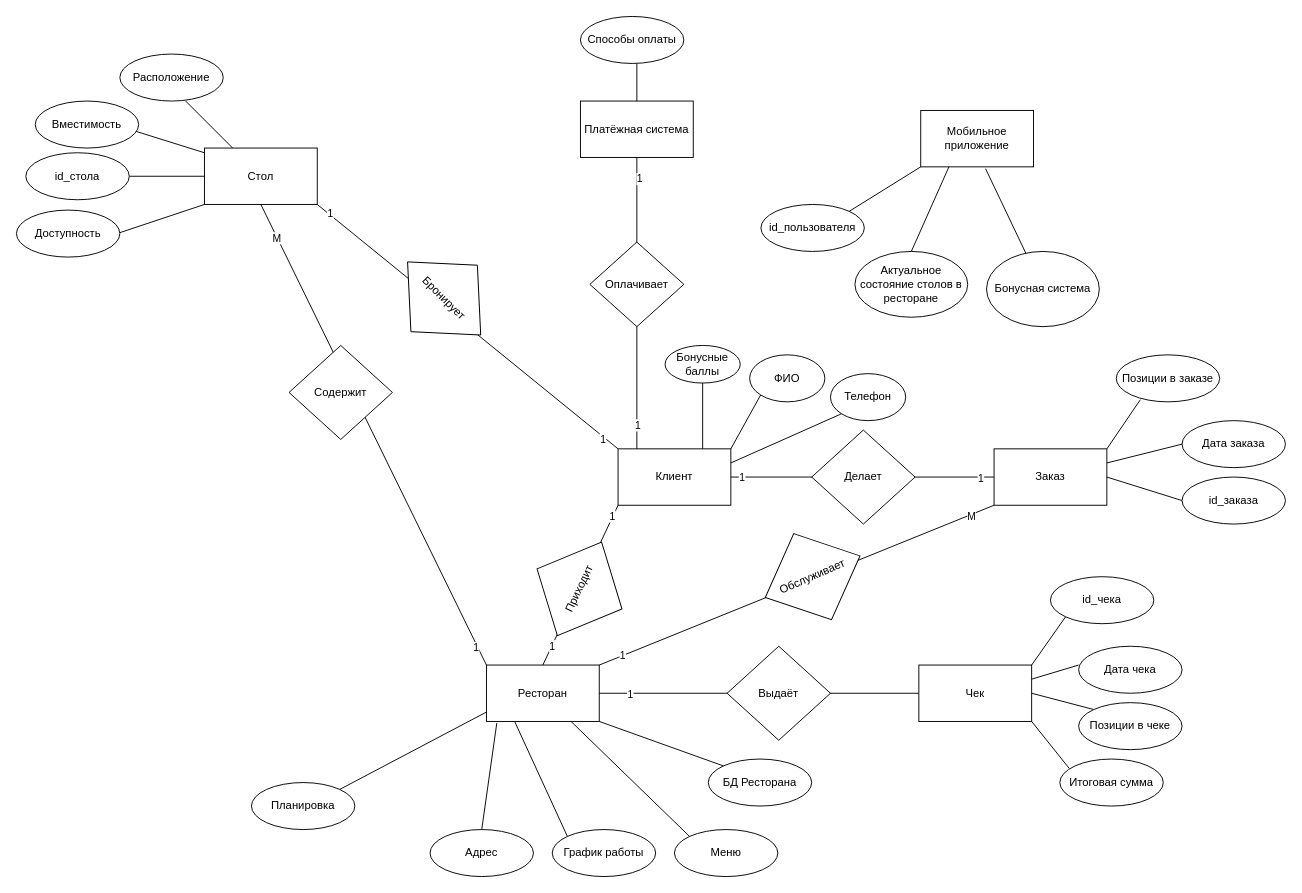
Crecker24/kursach keeps this draw.io diagram as Концептуальная диаграмма.drawio. Above is the earlier version. Source tidied: cells renumbered, new cells numbered last; positions are measured from the earlier drawing's top-left corner, leaving out a move shared by most shapes. Both pictures are drawn from the tidied source at 94%, with x=0, y=0 at pixel (16, 16).
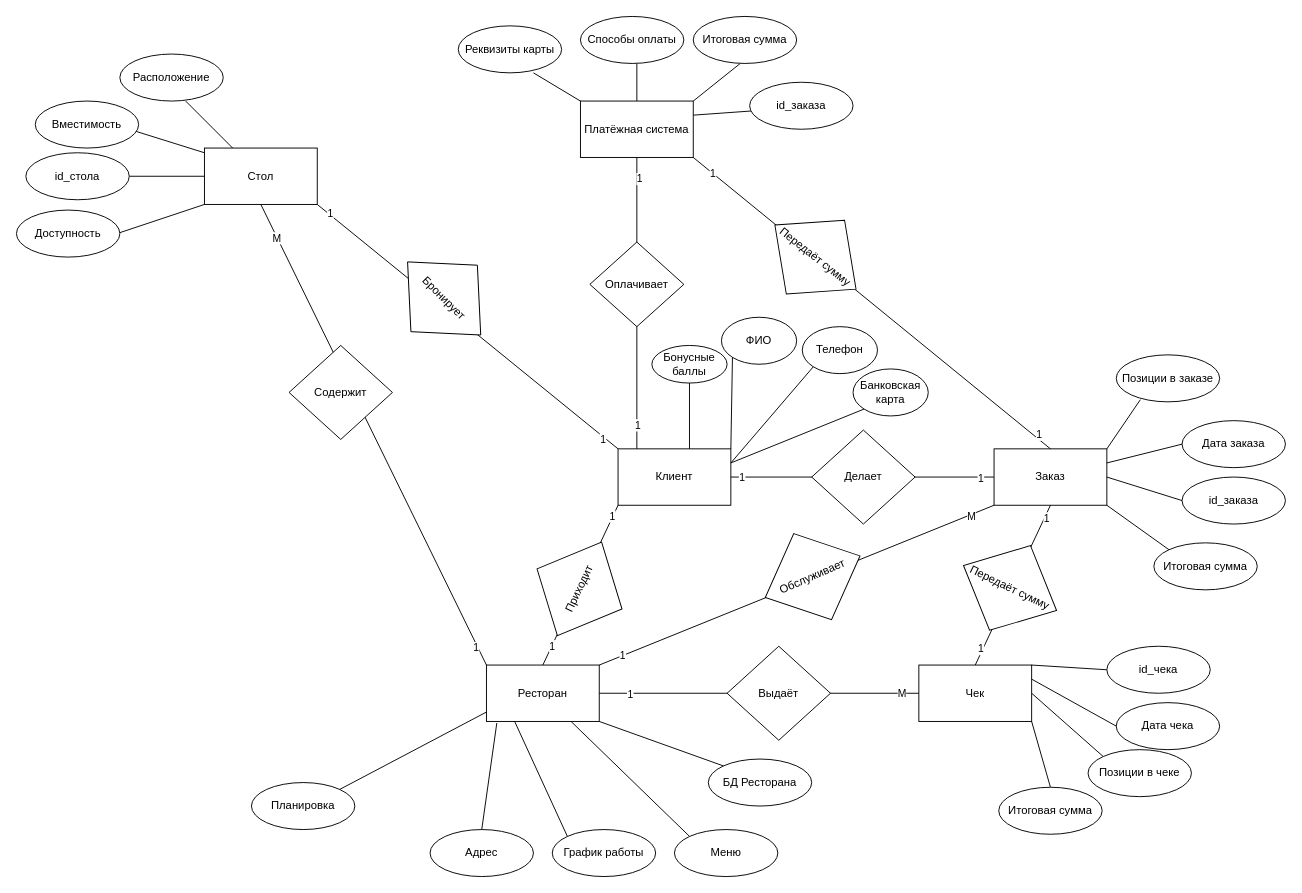
The same diagram, later.

The change refers to these unchanged cells:
```xml
<mxCell id="3" value="Клиент" style="rounded=0;whiteSpace=wrap;html=1;" parent="1" vertex="1">
  <mxGeometry x="640" y="460" width="120" height="60" as="geometry" />
</mxCell>
<mxCell id="5" value="Заказ" style="rounded=0;whiteSpace=wrap;html=1;" parent="1" vertex="1">
  <mxGeometry x="1040" y="460" width="120" height="60" as="geometry" />
</mxCell>
<mxCell id="67" value="Платёжная система" style="rounded=0;whiteSpace=wrap;html=1;" parent="1" vertex="1">
  <mxGeometry x="600" y="90" width="120" height="60" as="geometry" />
</mxCell>
<mxCell id="70" style="endArrow=none;html=1;rounded=0;exitX=1;exitY=0.5;exitDx=0;exitDy=0;" parent="1" edge="1" source="4">
  <mxGeometry relative="1" as="geometry">
    <mxPoint x="960" y="720" as="targetPoint" />
  </mxGeometry>
</mxCell>
<mxCell id="73" value="Чек" style="rounded=0;whiteSpace=wrap;html=1;" parent="1" vertex="1">
  <mxGeometry x="960" y="690" width="120" height="60" as="geometry" />
</mxCell>
```

What changed in the source:
```diff
@@
-    <mxCell id="2" value="Мобильное приложение" style="rounded=0;whiteSpace=wrap;html=1;" parent="1" vertex="1">
-      <mxGeometry x="962" y="100" width="120" height="60" as="geometry" />
-    </mxCell>
@@
     <mxCell id="22" value="ФИО" style="ellipse;whiteSpace=wrap;html=1;" parent="1" vertex="1">
-      <mxGeometry x="780" y="360" width="80" height="50" as="geometry" />
+      <mxGeometry x="750" y="320" width="80" height="50" as="geometry" />
     </mxCell>
     <mxCell id="23" value="Телефон" style="ellipse;whiteSpace=wrap;html=1;" parent="1" vertex="1">
-      <mxGeometry x="866" y="380" width="80" height="50" as="geometry" />
+      <mxGeometry x="836" y="330" width="80" height="50" as="geometry" />
     </mxCell>
     <mxCell id="24" value="Бонусные баллы" style="ellipse;whiteSpace=wrap;html=1;" parent="1" vertex="1">
-      <mxGeometry x="690" y="350" width="80" height="40" as="geometry" />
+      <mxGeometry x="676" y="350" width="80" height="40" as="geometry" />
     </mxCell>
@@
-    <mxCell id="27" style="endArrow=none;html=1;rounded=0;exitX=0.5;exitY=1;exitDx=0;exitDy=0;entryX=0.75;entryY=0;entryDx=0;entryDy=0;" parent="1" edge="1" source="24" target="3">
-      <mxGeometry relative="1" as="geometry" />
+    <mxCell id="27" style="endArrow=none;html=1;rounded=0;exitX=0.5;exitY=1;exitDx=0;exitDy=0;entryX=0.75;entryY=0;entryDx=0;entryDy=0;" parent="1" edge="1" source="24">
+      <mxGeometry relative="1" as="geometry">
+        <mxPoint x="716" y="460" as="targetPoint" />
+      </mxGeometry>
     </mxCell>
-    <mxCell id="28" value="id_пользователя" style="ellipse;whiteSpace=wrap;html=1;" parent="1" vertex="1">
-      <mxGeometry x="792" y="200" width="110" height="50" as="geometry" />
-    </mxCell>
-    <mxCell id="29" style="endArrow=none;html=1;rounded=0;exitX=1;exitY=0;exitDx=0;exitDy=0;entryX=0;entryY=1;entryDx=0;entryDy=0;" parent="1" edge="1" source="28" target="2">
-      <mxGeometry relative="1" as="geometry" />
-    </mxCell>
@@
-    <mxCell id="44" value="Актуальное состояние столов в ресторане" style="ellipse;whiteSpace=wrap;html=1;" parent="1" vertex="1">
-      <mxGeometry x="892" y="250" width="120" height="70" as="geometry" />
-    </mxCell>
-    <mxCell id="45" style="endArrow=none;html=1;rounded=0;entryX=0.5;entryY=0;entryDx=0;entryDy=0;exitX=0.25;exitY=1;exitDx=0;exitDy=0;" parent="1" edge="1" source="2" target="44">
-      <mxGeometry relative="1" as="geometry" />
-    </mxCell>
-    <mxCell id="46" style="endArrow=none;html=1;rounded=0;exitX=0.575;exitY=1.033;exitDx=0;exitDy=0;exitPerimeter=0;" parent="1" edge="1" source="2" target="47">
-      <mxGeometry relative="1" as="geometry" />
-    </mxCell>
-    <mxCell id="47" value="Бонусная система" style="ellipse;whiteSpace=wrap;html=1;" parent="1" vertex="1">
-      <mxGeometry x="1032" y="250" width="120" height="80" as="geometry" />
-    </mxCell>
@@
+    <mxCell id="82" value="М" style="edgeLabel;html=1;align=center;verticalAlign=middle;" parent="70" vertex="1">
+      <mxGeometry x="0.89" relative="1" as="geometry" />
+    </mxCell>
@@
-    <mxCell id="74" style="endArrow=none;html=1;rounded=0;entryX=0;entryY=1;entryDx=0;entryDy=0;" parent="1" edge="1" target="78">
+    <mxCell id="74" style="endArrow=none;html=1;rounded=0;entryX=0;entryY=0.5;entryDx=0;entryDy=0;" parent="1" edge="1" target="78">
       <mxGeometry relative="1" as="geometry">
         <mxPoint x="1080" y="690" as="sourcePoint" />
       </mxGeometry>
     </mxCell>
-    <mxCell id="75" style="endArrow=none;html=1;rounded=0;exitX=1;exitY=0.25;exitDx=0;exitDy=0;" parent="1" edge="1" source="73">
-      <mxGeometry relative="1" as="geometry">
-        <mxPoint x="1130" y="690" as="targetPoint" />
-      </mxGeometry>
+    <mxCell id="75" style="endArrow=none;html=1;rounded=0;exitX=1;exitY=0.25;exitDx=0;exitDy=0;entryX=0;entryY=0.5;entryDx=0;entryDy=0;" parent="1" edge="1" source="73" target="79">
+      <mxGeometry relative="1" as="geometry" />
     </mxCell>
@@
-    <mxCell id="77" style="endArrow=none;html=1;rounded=0;exitX=1;exitY=1;exitDx=0;exitDy=0;" parent="1" edge="1" source="73">
-      <mxGeometry relative="1" as="geometry">
-        <mxPoint x="1120" y="800" as="targetPoint" />
-      </mxGeometry>
+    <mxCell id="77" style="endArrow=none;html=1;rounded=0;exitX=1;exitY=1;exitDx=0;exitDy=0;entryX=0.5;entryY=0;entryDx=0;entryDy=0;" parent="1" edge="1" source="73" target="81">
+      <mxGeometry relative="1" as="geometry" />
     </mxCell>
     <mxCell id="78" value="id_чека" style="ellipse;whiteSpace=wrap;html=1;" parent="1" vertex="1">
-      <mxGeometry x="1100" y="596" width="110" height="50" as="geometry" />
+      <mxGeometry x="1160" y="670" width="110" height="50" as="geometry" />
     </mxCell>
     <mxCell id="79" value="Дата чека" style="ellipse;whiteSpace=wrap;html=1;" parent="1" vertex="1">
-      <mxGeometry x="1130" y="670" width="110" height="50" as="geometry" />
+      <mxGeometry x="1170" y="730" width="110" height="50" as="geometry" />
     </mxCell>
     <mxCell id="80" value="Позиции в чеке" style="ellipse;whiteSpace=wrap;html=1;" parent="1" vertex="1">
-      <mxGeometry x="1130" y="730" width="110" height="50" as="geometry" />
+      <mxGeometry x="1140" y="780" width="110" height="50" as="geometry" />
     </mxCell>
     <mxCell id="81" value="Итоговая сумма" style="ellipse;whiteSpace=wrap;html=1;" parent="1" vertex="1">
-      <mxGeometry x="1110" y="790" width="110" height="50" as="geometry" />
+      <mxGeometry x="1045" y="820" width="110" height="50" as="geometry" />
     </mxCell>
+    <mxCell id="83" value="Банковская карта" style="ellipse;whiteSpace=wrap;html=1;" parent="1" vertex="1">
+      <mxGeometry x="890" y="375" width="80" height="50" as="geometry" />
+    </mxCell>
+    <mxCell id="84" style="endArrow=none;html=1;rounded=0;exitX=0;exitY=1;exitDx=0;exitDy=0;entryX=1;entryY=0.25;entryDx=0;entryDy=0;" parent="1" edge="1" source="83" target="3">
+      <mxGeometry relative="1" as="geometry" />
+    </mxCell>
+    <mxCell id="85" style="endArrow=none;html=1;rounded=0;entryX=0;entryY=0;entryDx=0;entryDy=0;" parent="1" edge="1" target="67">
+      <mxGeometry relative="1" as="geometry">
+        <mxPoint x="550" y="60" as="sourcePoint" />
+      </mxGeometry>
+    </mxCell>
+    <mxCell id="86" value="Реквизиты карты" style="ellipse;whiteSpace=wrap;html=1;" parent="1" vertex="1">
+      <mxGeometry x="470" y="10" width="110" height="50" as="geometry" />
+    </mxCell>
+    <mxCell id="87" style="endArrow=none;html=1;rounded=0;exitX=1;exitY=0;exitDx=0;exitDy=0;" parent="1" edge="1" source="67">
+      <mxGeometry relative="1" as="geometry">
+        <mxPoint x="770" y="50" as="targetPoint" />
+      </mxGeometry>
+    </mxCell>
+    <mxCell id="88" value="Итоговая сумма" style="ellipse;whiteSpace=wrap;html=1;" parent="1" vertex="1">
+      <mxGeometry x="720" width="110" height="50" as="geometry" />
+    </mxCell>
+    <mxCell id="89" style="endArrow=none;html=1;rounded=0;exitX=1;exitY=0.25;exitDx=0;exitDy=0;" parent="1" edge="1" source="67">
+      <mxGeometry relative="1" as="geometry">
+        <mxPoint x="790" y="100" as="targetPoint" />
+      </mxGeometry>
+    </mxCell>
+    <mxCell id="90" value="id_заказа" style="ellipse;whiteSpace=wrap;html=1;" parent="1" vertex="1">
+      <mxGeometry x="780" y="70" width="110" height="50" as="geometry" />
+    </mxCell>
+    <mxCell id="91" style="endArrow=none;html=1;rounded=0;entryX=1;entryY=1;entryDx=0;entryDy=0;" parent="1" edge="1" target="67">
+      <mxGeometry relative="1" as="geometry">
+        <mxPoint x="1100" y="460" as="sourcePoint" />
+      </mxGeometry>
+    </mxCell>
+    <mxCell id="92" value="1" style="edgeLabel;html=1;align=center;verticalAlign=middle;" parent="91" vertex="1">
+      <mxGeometry x="-0.92" y="-4" relative="1" as="geometry" />
+    </mxCell>
+    <mxCell id="93" value="1" style="edgeLabel;html=1;align=center;verticalAlign=middle;" parent="91" vertex="1">
+      <mxGeometry x="0.89" y="-1" relative="1" as="geometry">
+        <mxPoint x="-1" as="offset" />
+      </mxGeometry>
+    </mxCell>
+    <mxCell id="94" value="Передаёт сумму" style="rhombus;whiteSpace=wrap;html=1;rotation=38.3;" parent="1" vertex="1">
+      <mxGeometry x="795" y="206" width="110" height="100" as="geometry" />
+    </mxCell>
+    <mxCell id="95" style="endArrow=none;html=1;rounded=0;entryX=0.5;entryY=1;entryDx=0;entryDy=0;exitX=0.5;exitY=0;exitDx=0;exitDy=0;" parent="1" edge="1" source="73" target="5">
+      <mxGeometry relative="1" as="geometry" />
+    </mxCell>
+    <mxCell id="96" value="1" style="edgeLabel;html=1;align=center;verticalAlign=middle;" parent="95" vertex="1">
+      <mxGeometry x="0.85" y="-2" relative="1" as="geometry" />
+    </mxCell>
+    <mxCell id="97" value="1" style="edgeLabel;html=1;align=center;verticalAlign=middle;" parent="95" vertex="1">
+      <mxGeometry x="-0.81" y="-3" relative="1" as="geometry">
+        <mxPoint x="-5" y="-2" as="offset" />
+      </mxGeometry>
+    </mxCell>
+    <mxCell id="98" value="Передаёт сумму" style="rhombus;whiteSpace=wrap;html=1;rotation=25.8;" parent="1" vertex="1">
+      <mxGeometry x="1002" y="558" width="110" height="100" as="geometry" />
+    </mxCell>
+    <mxCell id="99" value="Итоговая сумма" style="ellipse;whiteSpace=wrap;html=1;" parent="1" vertex="1">
+      <mxGeometry x="1210" y="560" width="110" height="50" as="geometry" />
+    </mxCell>
+    <mxCell id="100" style="endArrow=none;html=1;rounded=0;entryX=0;entryY=0;entryDx=0;entryDy=0;exitX=1;exitY=1;exitDx=0;exitDy=0;" parent="1" edge="1" source="5" target="99">
+      <mxGeometry relative="1" as="geometry" />
+    </mxCell>
```
